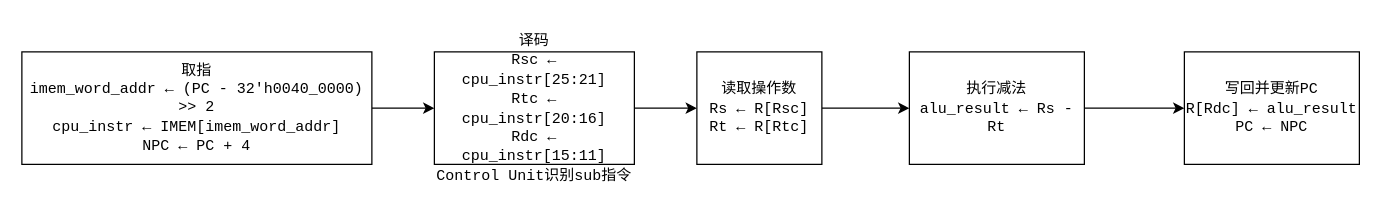
Above: Add指令流程图.drawio in LV-ZHU/Computer_Organization_and_Architecture_Course_Design (draw.io), before the change. Source tidied: cells renumbered, new cells numbered last; positions are measured from the earlier drawing's top-left corner, leaving out a move shared by most shapes. Both pictures are drawn from the tidied source at 125%, with x=0, y=0 at pixel (21, 51).
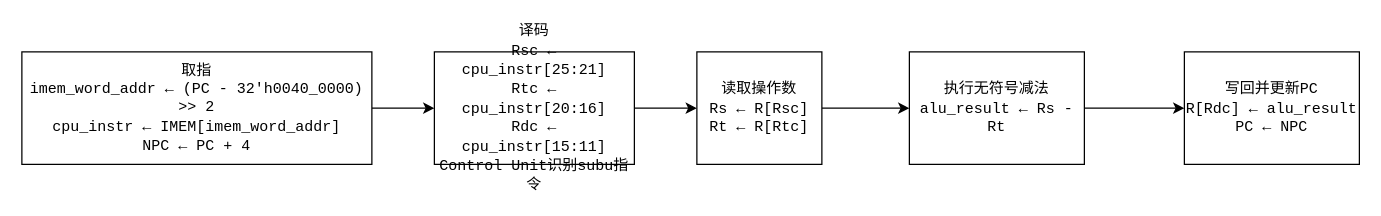
The same diagram, later.

Commit message:
更新Subu指令流程图.drawio

The edit, as a diff of the source:
```diff
@@
 <mxGraphModel>
   <root>
     <mxCell id="0" />
     <mxCell id="1" parent="0" />
     <mxCell id="2" style="edgeStyle=orthogonalEdgeStyle;rounded=0;jettySize=auto;html=1;" parent="1" edge="1" source="3" target="5">
       <mxGeometry relative="1" as="geometry" />
     </mxCell>
     <mxCell id="3" value="取指&lt;div&gt;&lt;code dir=&quot;ltr&quot;&gt;imem_word_addr ← (PC - 32'h0040_0000) &amp;gt;&amp;gt; 2&lt;/code&gt;&lt;br&gt;&lt;code dir=&quot;ltr&quot;&gt;cpu_instr ← IMEM[imem_word_addr]&lt;/code&gt;&lt;br&gt;&lt;code dir=&quot;ltr&quot;&gt;NPC ← PC + 4&lt;/code&gt;&lt;/div&gt;" style="whiteSpace=wrap;html=1;" parent="1" vertex="1">
       <mxGeometry width="280" height="90" as="geometry" />
     </mxCell>
     <mxCell id="4" style="edgeStyle=orthogonalEdgeStyle;rounded=0;jettySize=auto;html=1;" parent="1" edge="1" source="5" target="7">
       <mxGeometry relative="1" as="geometry" />
     </mxCell>
-    <mxCell id="5" value="&lt;div&gt;&lt;code dir=&quot;ltr&quot;&gt;译码&lt;/code&gt;&lt;/div&gt;&lt;code dir=&quot;ltr&quot;&gt;Rsc ← cpu_instr[25:21]&lt;/code&gt;&lt;br&gt;&lt;code dir=&quot;ltr&quot;&gt;Rtc ← cpu_instr[20:16]&lt;/code&gt;&lt;br&gt;&lt;code dir=&quot;ltr&quot;&gt;Rdc ← cpu_instr[15:11]&lt;/code&gt;&lt;br&gt;&lt;code dir=&quot;ltr&quot;&gt;Control Unit识别sub指令&lt;/code&gt;" style="whiteSpace=wrap;html=1;" parent="1" vertex="1">
+    <mxCell id="5" value="&lt;div&gt;&lt;code dir=&quot;ltr&quot;&gt;译码&lt;/code&gt;&lt;/div&gt;&lt;code dir=&quot;ltr&quot;&gt;Rsc ← cpu_instr[25:21]&lt;/code&gt;&lt;br&gt;&lt;code dir=&quot;ltr&quot;&gt;Rtc ← cpu_instr[20:16]&lt;/code&gt;&lt;br&gt;&lt;code dir=&quot;ltr&quot;&gt;Rdc ← cpu_instr[15:11]&lt;/code&gt;&lt;br&gt;&lt;code dir=&quot;ltr&quot;&gt;Control Unit识别subu指令&lt;/code&gt;" style="whiteSpace=wrap;html=1;" parent="1" vertex="1">
       <mxGeometry x="330" width="160" height="90" as="geometry" />
     </mxCell>
     <mxCell id="6" style="edgeStyle=orthogonalEdgeStyle;rounded=0;jettySize=auto;html=1;" parent="1" edge="1" source="7" target="9">
       <mxGeometry relative="1" as="geometry" />
     </mxCell>
     <mxCell id="7" value="&lt;div&gt;&lt;font face=&quot;monospace&quot;&gt;读取操作数&lt;/font&gt;&lt;/div&gt;&lt;div&gt;&lt;code dir=&quot;ltr&quot;&gt;Rs ← R[Rsc]&lt;/code&gt;&lt;br&gt;&lt;code dir=&quot;ltr&quot;&gt;Rt ← R[Rtc]&lt;/code&gt;&lt;font face=&quot;monospace&quot;&gt;&lt;/font&gt;&lt;/div&gt;" style="whiteSpace=wrap;html=1;" parent="1" vertex="1">
       <mxGeometry x="540" width="100" height="90" as="geometry" />
     </mxCell>
     <mxCell id="8" style="edgeStyle=orthogonalEdgeStyle;rounded=0;jettySize=auto;html=1;" parent="1" edge="1" source="9" target="10">
       <mxGeometry relative="1" as="geometry" />
     </mxCell>
-    <mxCell id="9" value="&lt;div&gt;&lt;code&gt;执行减法&lt;/code&gt;&lt;/div&gt;&lt;code&gt;alu_result ← Rs - Rt&lt;/code&gt;" style="whiteSpace=wrap;html=1;" parent="1" vertex="1">
+    <mxCell id="9" value="&lt;div&gt;&lt;code&gt;执行无符号减法&lt;/code&gt;&lt;/div&gt;&lt;code&gt;alu_result ← Rs - Rt&lt;/code&gt;" style="whiteSpace=wrap;html=1;" parent="1" vertex="1">
       <mxGeometry x="710" width="140" height="90" as="geometry" />
     </mxCell>
     <mxCell id="10" value="&lt;font face=&quot;monospace&quot;&gt;写回并更新PC&lt;/font&gt;&lt;div&gt;&lt;code dir=&quot;ltr&quot;&gt;R[Rdc] ← alu_result&lt;/code&gt;&lt;br&gt;&lt;code dir=&quot;ltr&quot;&gt;PC ← NPC&lt;/code&gt;&lt;font face=&quot;monospace&quot;&gt;&lt;/font&gt;&lt;/div&gt;" style="whiteSpace=wrap;html=1;" parent="1" vertex="1">
       <mxGeometry x="930" width="140" height="90" as="geometry" />
     </mxCell>
   </root>
 </mxGraphModel>
```
